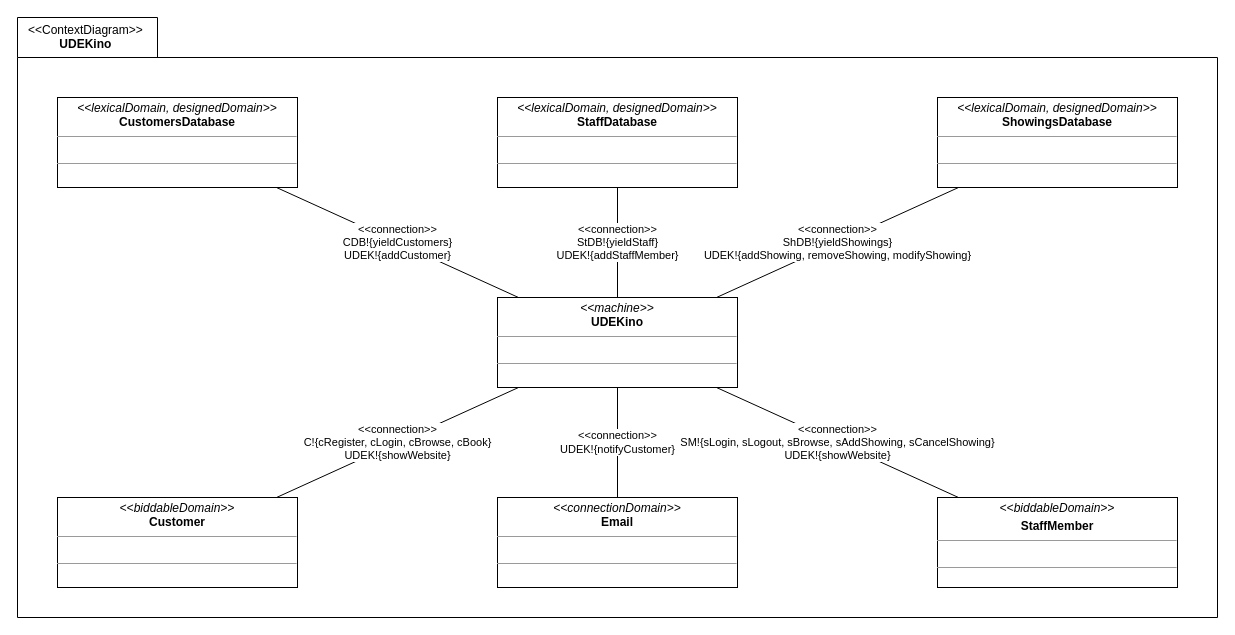
Earlier version of the draw.io diagram a02_context_diagram.drawio (melvdlin/swtlab). Source tidied: cells renumbered, new cells numbered last; positions are measured from the earlier drawing's top-left corner, leaving out a move shared by most shapes. Both pictures are drawn from the tidied source at 100%, with x=0, y=0 at pixel (17, 17).
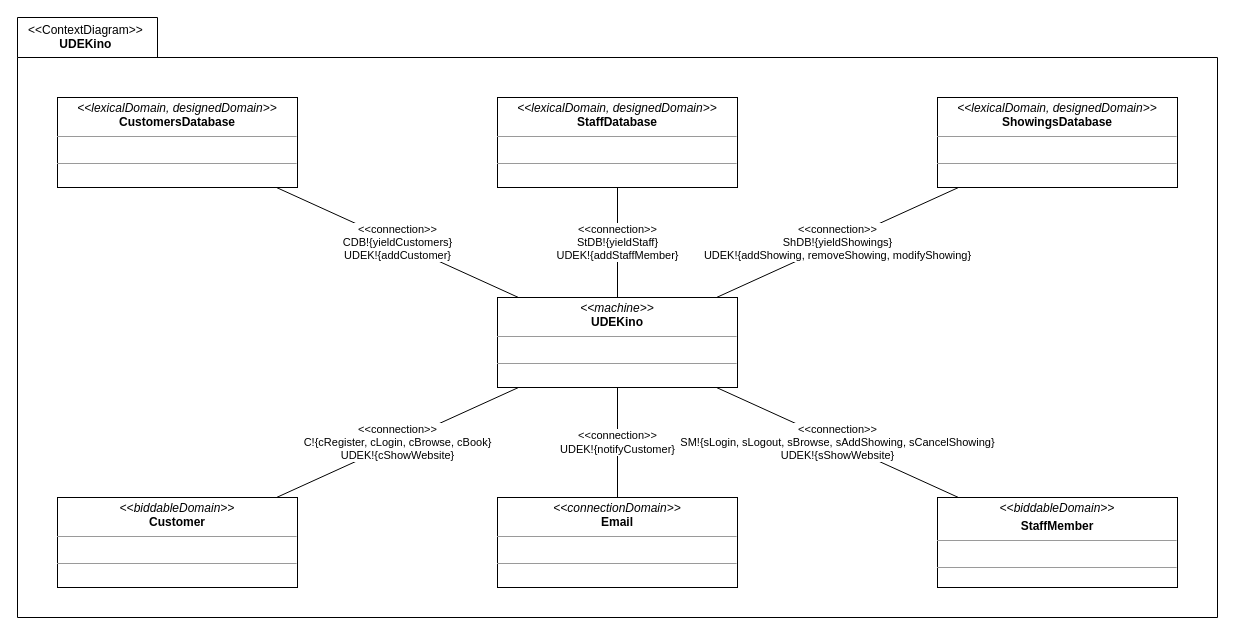
After the change.

Commit message (it also covers changes not shown here):
fix cd: add prefixes to showWebsite

Change to the diagram source:
```diff
@@
 <mxGraphModel>
   <root>
     <mxCell id="0" />
     <mxCell id="1" parent="0" />
     <mxCell id="2" value="&lt;div style=&quot;&quot;&gt;&lt;span style=&quot;font-weight: 400; background-color: initial;&quot;&gt;&amp;lt;&amp;lt;ContextDiagram&amp;gt;&amp;gt;&lt;/span&gt;&lt;/div&gt;&lt;div style=&quot;text-align: center;&quot;&gt;&lt;span style=&quot;background-color: initial;&quot;&gt;UDEKino&lt;/span&gt;&lt;/div&gt;" style="shape=folder;fontStyle=1;spacingTop=1;tabWidth=140;tabHeight=40;tabPosition=left;html=1;rounded=0;shadow=0;glass=0;comic=0;sketch=0;gradientColor=none;labelPosition=center;verticalLabelPosition=middle;align=left;verticalAlign=top;spacing=0;spacingLeft=11;" parent="1" vertex="1">
       <mxGeometry width="1200" height="600" as="geometry" />
     </mxCell>
     <mxCell id="3" style="group;" parent="2" vertex="1">
       <mxGeometry x="40" y="80" width="1120" height="490" as="geometry" />
     </mxCell>
     <mxCell id="4" value="&lt;p style=&quot;margin:0px;margin-top:4px;text-align:center;&quot;&gt;&lt;i&gt;&amp;lt;&amp;lt;connectionDomain&amp;gt;&amp;gt;&lt;/i&gt;&lt;br&gt;&lt;b&gt;Email&lt;/b&gt;&lt;/p&gt;&lt;hr size=&quot;1&quot;&gt;&lt;p style=&quot;margin:0px;margin-left:4px;&quot;&gt;&lt;br&gt;&lt;/p&gt;&lt;hr size=&quot;1&quot;&gt;&lt;p style=&quot;margin:0px;margin-left:4px;&quot;&gt;&lt;br&gt;&lt;/p&gt;" style="verticalAlign=top;align=left;overflow=fill;fontSize=12;fontFamily=Helvetica;html=1;rounded=0;shadow=0;glass=0;comic=0;sketch=0;fontColor=default;gradientColor=none;" parent="3" vertex="1">
       <mxGeometry x="440" y="400" width="240" height="90" as="geometry" />
     </mxCell>
     <mxCell id="5" value="&lt;p style=&quot;margin:0px;margin-top:4px;text-align:center;&quot;&gt;&lt;i&gt;&amp;lt;&amp;lt;biddableDomain&amp;gt;&amp;gt;&lt;/i&gt;&lt;br&gt;&lt;b&gt;Customer&lt;/b&gt;&lt;/p&gt;&lt;hr size=&quot;1&quot;&gt;&lt;p style=&quot;margin:0px;margin-left:4px;&quot;&gt;&lt;br&gt;&lt;/p&gt;&lt;hr size=&quot;1&quot;&gt;&lt;p style=&quot;margin:0px;margin-left:4px;&quot;&gt;&lt;br&gt;&lt;/p&gt;" style="verticalAlign=top;align=left;overflow=fill;fontSize=12;fontFamily=Helvetica;html=1;rounded=0;shadow=0;glass=0;comic=0;sketch=0;fontColor=default;gradientColor=none;" parent="3" vertex="1">
       <mxGeometry y="400" width="240" height="90" as="geometry" />
     </mxCell>
     <mxCell id="6" value="&lt;p style=&quot;margin:0px;margin-top:4px;text-align:center;&quot;&gt;&lt;i&gt;&amp;lt;&amp;lt;biddableD&lt;/i&gt;&lt;i style=&quot;background-color: initial;&quot;&gt;omain&amp;gt;&amp;gt;&lt;/i&gt;&lt;/p&gt;&lt;p style=&quot;margin:0px;margin-top:4px;text-align:center;&quot;&gt;&lt;b&gt;StaffMember&lt;/b&gt;&lt;/p&gt;&lt;hr size=&quot;1&quot;&gt;&lt;p style=&quot;margin:0px;margin-left:4px;&quot;&gt;&lt;br&gt;&lt;/p&gt;&lt;hr size=&quot;1&quot;&gt;&lt;p style=&quot;margin:0px;margin-left:4px;&quot;&gt;&lt;br&gt;&lt;/p&gt;" style="verticalAlign=top;align=left;overflow=fill;fontSize=12;fontFamily=Helvetica;html=1;rounded=0;shadow=0;glass=0;comic=0;sketch=0;fontColor=default;gradientColor=none;" parent="3" vertex="1">
       <mxGeometry x="880" y="400" width="240" height="90" as="geometry" />
     </mxCell>
     <mxCell id="7" value="&amp;lt;&amp;lt;connection&amp;gt;&amp;gt;&lt;br&gt;UDEK!{notifyCustomer}" style="rounded=0;jettySize=auto;html=1;endArrow=none;endFill=0;" parent="3" edge="1" source="10" target="4">
       <mxGeometry relative="1" as="geometry" />
     </mxCell>
-    <mxCell id="8" value="&amp;lt;&amp;lt;connection&amp;gt;&amp;gt;&lt;br&gt;C!{cRegister, cLogin, cBrowse, cBook}&lt;br&gt;UDEK!{showWebsite}" style="edgeStyle=none;rounded=0;jettySize=auto;html=1;endArrow=none;endFill=0;" parent="3" edge="1" source="10" target="5">
+    <mxCell id="8" value="&amp;lt;&amp;lt;connection&amp;gt;&amp;gt;&lt;br&gt;C!{cRegister, cLogin, cBrowse, cBook}&lt;br&gt;UDEK!{cShowWebsite}" style="edgeStyle=none;rounded=0;jettySize=auto;html=1;endArrow=none;endFill=0;" parent="3" edge="1" source="10" target="5">
       <mxGeometry relative="1" as="geometry" />
     </mxCell>
-    <mxCell id="9" value="&amp;lt;&amp;lt;connection&amp;gt;&amp;gt;&lt;br&gt;SM!{sLogin, sLogout, sBrowse, sAddShowing, sCancelShowing}&lt;br&gt;UDEK!{showWebsite}" style="edgeStyle=none;rounded=0;jettySize=auto;html=1;endArrow=none;endFill=0;" parent="3" edge="1" source="10" target="6">
+    <mxCell id="9" value="&amp;lt;&amp;lt;connection&amp;gt;&amp;gt;&lt;br&gt;SM!{sLogin, sLogout, sBrowse, sAddShowing, sCancelShowing}&lt;br&gt;UDEK!{sShowWebsite}" style="edgeStyle=none;rounded=0;jettySize=auto;html=1;endArrow=none;endFill=0;" parent="3" edge="1" source="10" target="6">
       <mxGeometry relative="1" as="geometry" />
     </mxCell>
     <mxCell id="10" value="&lt;p style=&quot;margin:0px;margin-top:4px;text-align:center;&quot;&gt;&lt;i&gt;&amp;lt;&amp;lt;machine&amp;gt;&amp;gt;&lt;/i&gt;&lt;br&gt;&lt;b&gt;UDEKino&lt;/b&gt;&lt;/p&gt;&lt;hr size=&quot;1&quot;&gt;&lt;p style=&quot;margin:0px;margin-left:4px;&quot;&gt;&lt;br&gt;&lt;/p&gt;&lt;hr size=&quot;1&quot;&gt;&lt;p style=&quot;margin:0px;margin-left:4px;&quot;&gt;&lt;br&gt;&lt;/p&gt;" style="verticalAlign=top;align=left;overflow=fill;fontSize=12;fontFamily=Helvetica;html=1;rounded=0;shadow=0;glass=0;comic=0;sketch=0;fontColor=default;gradientColor=none;" parent="3" vertex="1">
       <mxGeometry x="440" y="200" width="240" height="90" as="geometry" />
     </mxCell>
     <mxCell id="11" value="&amp;lt;&amp;lt;connection&amp;gt;&amp;gt;&lt;br&gt;ShDB!{yieldShowings}&lt;br&gt;UDEK!{addShowing, removeShowing, modifyShowing}" style="edgeStyle=none;rounded=0;jettySize=auto;html=1;endArrow=none;endFill=0;" parent="3" edge="1" source="12" target="10">
       <mxGeometry relative="1" as="geometry" />
     </mxCell>
     <mxCell id="12" value="&lt;p style=&quot;margin:0px;margin-top:4px;text-align:center;&quot;&gt;&lt;i&gt;&amp;lt;&amp;lt;lexicalDomain, designedDomain&amp;gt;&amp;gt;&lt;/i&gt;&lt;br&gt;&lt;b&gt;ShowingsDatabase&lt;/b&gt;&lt;/p&gt;&lt;hr size=&quot;1&quot;&gt;&lt;p style=&quot;margin:0px;margin-left:4px;&quot;&gt;&lt;br&gt;&lt;/p&gt;&lt;hr size=&quot;1&quot;&gt;&lt;p style=&quot;margin:0px;margin-left:4px;&quot;&gt;&lt;br&gt;&lt;/p&gt;" style="verticalAlign=top;align=left;overflow=fill;fontSize=12;fontFamily=Helvetica;html=1;rounded=0;shadow=0;glass=0;comic=0;sketch=0;fontColor=default;gradientColor=none;" parent="3" vertex="1">
       <mxGeometry x="880" width="240" height="90" as="geometry" />
     </mxCell>
     <mxCell id="13" value="&lt;p style=&quot;margin:0px;margin-top:4px;text-align:center;&quot;&gt;&lt;i&gt;&amp;lt;&amp;lt;lexicalDomain, designedDomain&amp;gt;&amp;gt;&lt;/i&gt;&lt;br&gt;&lt;b&gt;StaffDatabase&lt;/b&gt;&lt;/p&gt;&lt;hr size=&quot;1&quot;&gt;&lt;p style=&quot;margin:0px;margin-left:4px;&quot;&gt;&lt;br&gt;&lt;/p&gt;&lt;hr size=&quot;1&quot;&gt;&lt;p style=&quot;margin:0px;margin-left:4px;&quot;&gt;&lt;br&gt;&lt;/p&gt;" style="verticalAlign=top;align=left;overflow=fill;fontSize=12;fontFamily=Helvetica;html=1;rounded=0;shadow=0;glass=0;comic=0;sketch=0;fontColor=default;gradientColor=none;" parent="3" vertex="1">
       <mxGeometry x="440" width="240" height="90" as="geometry" />
     </mxCell>
     <mxCell id="14" value="&amp;lt;&amp;lt;connection&amp;gt;&amp;gt;&lt;br&gt;StDB!{yieldStaff}&lt;br&gt;UDEK!{addStaffMember}" style="edgeStyle=none;rounded=0;jettySize=auto;html=1;endArrow=none;endFill=0;" parent="3" edge="1" source="10" target="13">
       <mxGeometry relative="1" as="geometry" />
     </mxCell>
     <mxCell id="15" value="&lt;p style=&quot;margin:0px;margin-top:4px;text-align:center;&quot;&gt;&lt;i&gt;&amp;lt;&amp;lt;lexicalDomain, designedDomain&amp;gt;&amp;gt;&lt;/i&gt;&lt;br&gt;&lt;b&gt;CustomersDatabase&lt;/b&gt;&lt;/p&gt;&lt;hr size=&quot;1&quot;&gt;&lt;p style=&quot;margin:0px;margin-left:4px;&quot;&gt;&lt;br&gt;&lt;/p&gt;&lt;hr size=&quot;1&quot;&gt;&lt;p style=&quot;margin:0px;margin-left:4px;&quot;&gt;&lt;br&gt;&lt;/p&gt;" style="verticalAlign=top;align=left;overflow=fill;fontSize=12;fontFamily=Helvetica;html=1;rounded=0;shadow=0;glass=0;comic=0;sketch=0;fontColor=default;gradientColor=none;" parent="3" vertex="1">
       <mxGeometry width="240" height="90" as="geometry" />
     </mxCell>
     <mxCell id="16" value="&amp;lt;&amp;lt;connection&amp;gt;&amp;gt;&lt;br&gt;CDB!{yieldCustomers}&lt;br&gt;UDEK!{addCustomer}" style="edgeStyle=none;rounded=0;jettySize=auto;html=1;endArrow=none;endFill=0;" parent="3" edge="1" source="10" target="15">
       <mxGeometry relative="1" as="geometry" />
     </mxCell>
   </root>
 </mxGraphModel>
```
